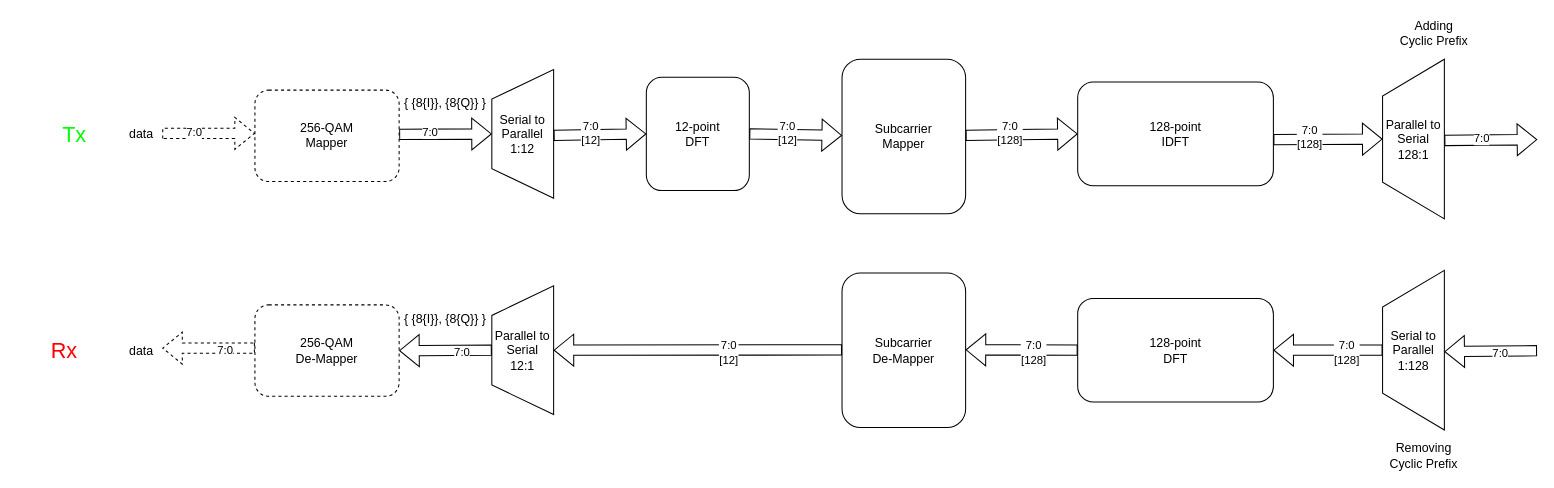
Before: page "Ideal PHY Data-Flow" (1 of 5) of frontend/docs/assets/code/5G-PHY.drawio in aravindustries/butterfold, a draw.io diagram. Source tidied: cells renumbered, new cells numbered last; positions are measured from the earlier drawing's top-left corner, leaving out a move shared by most shapes. Both pictures are drawn from the tidied source at 103%, with x=0, y=0 at pixel (18, 18).
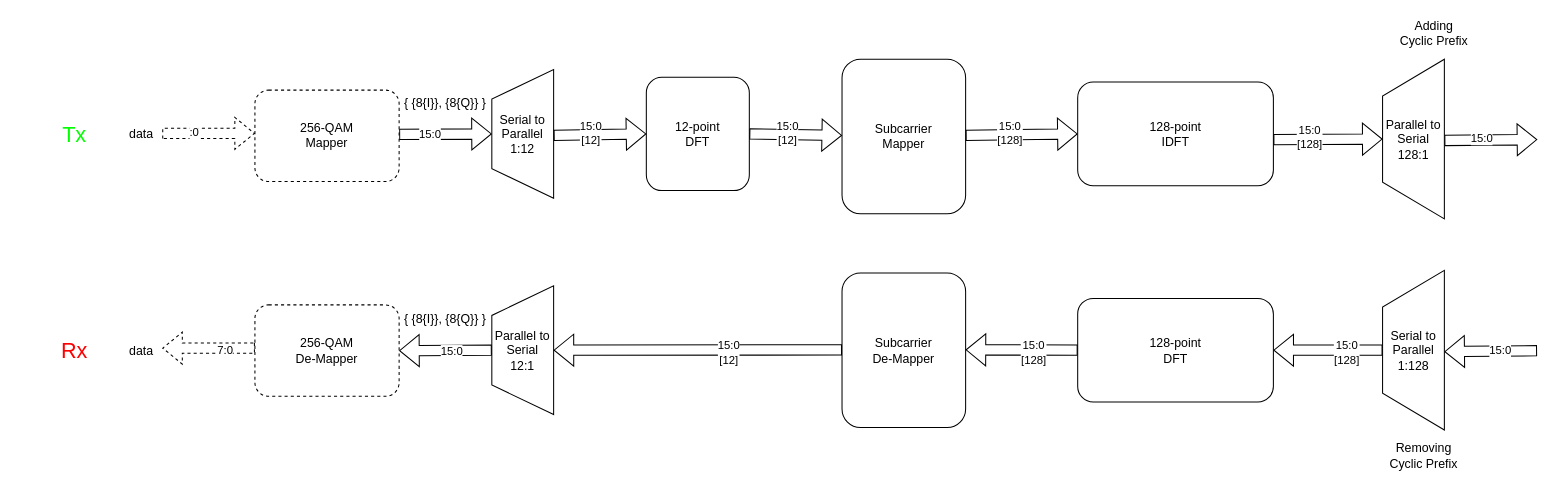
The same diagram, later.

Unchanged cells that the change refers to:
```xml
<mxCell id="3" style="shape=flexArrow;endArrow=classic;html=1;rounded=0;entryX=0.5;entryY=0;entryDx=0;entryDy=0;" parent="1" edge="1" target="2">
  <mxGeometry relative="1" as="geometry">
    <mxPoint x="370" y="113" as="sourcePoint" />
  </mxGeometry>
</mxCell>
<mxCell id="9" style="shape=flexArrow;endArrow=classic;html=1;rounded=0;entryX=0.5;entryY=0;entryDx=0;entryDy=0;dashed=1;" parent="1" edge="1">
  <mxGeometry relative="1" as="geometry">
    <mxPoint x="140" y="112" as="sourcePoint" />
    <mxPoint x="230" y="112" as="targetPoint" />
  </mxGeometry>
</mxCell>
<mxCell id="12" style="shape=flexArrow;endArrow=classic;html=1;rounded=0;exitX=1;exitY=0.5;exitDx=0;exitDy=0;" parent="1" edge="1" source="5">
  <mxGeometry relative="1" as="geometry">
    <mxPoint x="800" y="114" as="targetPoint" />
  </mxGeometry>
</mxCell>
<mxCell id="15" style="shape=flexArrow;endArrow=classic;html=1;rounded=0;exitX=0.5;exitY=1;exitDx=0;exitDy=0;entryX=0;entryY=0.5;entryDx=0;entryDy=0;" parent="1" edge="1" target="14">
  <mxGeometry relative="1" as="geometry">
    <mxPoint x="920" y="113.9" as="sourcePoint" />
  </mxGeometry>
</mxCell>
<mxCell id="17" style="shape=flexArrow;endArrow=classic;html=1;rounded=0;exitX=0.5;exitY=1;exitDx=0;exitDy=0;entryX=0;entryY=0.5;entryDx=0;entryDy=0;" parent="1" edge="1" target="5">
  <mxGeometry relative="1" as="geometry">
    <mxPoint x="520" y="113.9" as="sourcePoint" />
  </mxGeometry>
</mxCell>
<mxCell id="19" style="shape=flexArrow;endArrow=classic;html=1;rounded=0;entryX=1;entryY=0.5;entryDx=0;entryDy=0;exitX=0.5;exitY=0;exitDx=0;exitDy=0;" parent="1" edge="1" source="27" target="23">
  <mxGeometry relative="1" as="geometry" />
</mxCell>
<mxCell id="21" style="shape=flexArrow;endArrow=classic;html=1;rounded=0;exitX=0.5;exitY=1;exitDx=0;exitDy=0;entryX=0;entryY=0.5;entryDx=0;entryDy=0;" parent="1" edge="1">
  <mxGeometry relative="1" as="geometry">
    <mxPoint x="1474.8" y="323" as="sourcePoint" />
    <mxPoint x="1384.8" y="323.9" as="targetPoint" />
  </mxGeometry>
</mxCell>
<mxCell id="25" style="shape=flexArrow;endArrow=classic;html=1;rounded=0;exitX=0;exitY=0.5;exitDx=0;exitDy=0;" parent="1" edge="1" source="23">
  <mxGeometry relative="1" as="geometry">
    <mxPoint x="920" y="322.1" as="targetPoint" />
  </mxGeometry>
</mxCell>
<mxCell id="28" style="shape=flexArrow;endArrow=classic;html=1;rounded=0;exitX=0.5;exitY=1;exitDx=0;exitDy=0;entryX=0.5;entryY=1;entryDx=0;entryDy=0;" parent="1" edge="1" target="37">
  <mxGeometry relative="1" as="geometry">
    <mxPoint x="800" y="322.2" as="sourcePoint" />
  </mxGeometry>
</mxCell>
<mxCell id="31" style="shape=flexArrow;endArrow=classic;html=1;rounded=0;entryX=0.5;entryY=0;entryDx=0;entryDy=0;exitX=0.5;exitY=0;exitDx=0;exitDy=0;" parent="1" edge="1" target="35">
  <mxGeometry relative="1" as="geometry">
    <mxPoint x="1218.8" y="118" as="sourcePoint" />
  </mxGeometry>
</mxCell>
<mxCell id="33" style="shape=flexArrow;endArrow=classic;html=1;rounded=0;exitX=0.5;exitY=1;exitDx=0;exitDy=0;" parent="1" edge="1">
  <mxGeometry relative="1" as="geometry">
    <mxPoint x="1384.8" y="118.9" as="sourcePoint" />
    <mxPoint x="1475" y="118" as="targetPoint" />
  </mxGeometry>
</mxCell>
<mxCell id="38" style="shape=flexArrow;endArrow=classic;html=1;rounded=0;entryX=0.5;entryY=0;entryDx=0;entryDy=0;exitX=0.5;exitY=0;exitDx=0;exitDy=0;" parent="1" edge="1" source="37">
  <mxGeometry relative="1" as="geometry">
    <mxPoint x="370" y="323" as="targetPoint" />
  </mxGeometry>
</mxCell>
```

Diff of the diagram source:
```diff
@@
-    <mxCell id="4" value="7:0" style="edgeLabel;html=1;align=center;verticalAlign=middle;" parent="3" vertex="1">
-      <mxGeometry x="-0.34" y="2" relative="1" as="geometry" />
+    <mxCell id="4" value="15:0" style="edgeLabel;html=1;align=center;verticalAlign=middle;" parent="3" vertex="1">
+      <mxGeometry x="-0.34" y="2" relative="1" as="geometry">
+        <mxPoint y="2" as="offset" />
+      </mxGeometry>
     </mxCell>
@@
-    <mxCell id="10" value="7:0" style="edgeLabel;html=1;align=center;verticalAlign=middle;" parent="9" vertex="1">
+    <mxCell id="10" value=":0" style="edgeLabel;html=1;align=center;verticalAlign=middle;" parent="9" vertex="1">
       <mxGeometry x="-0.34" y="2" relative="1" as="geometry" />
     </mxCell>
@@
-    <mxCell id="13" value="7:0&lt;br&gt;[12]" style="edgeLabel;html=1;align=center;verticalAlign=middle;" parent="12" vertex="1">
+    <mxCell id="13" value="15:0&lt;br&gt;[12]" style="edgeLabel;html=1;align=center;verticalAlign=middle;" parent="12" vertex="1">
       <mxGeometry x="-0.21" y="2" relative="1" as="geometry" />
     </mxCell>
@@
-    <mxCell id="16" value="7:0&lt;br&gt;[128]" style="edgeLabel;html=1;align=center;verticalAlign=middle;" parent="15" vertex="1">
+    <mxCell id="16" value="15:0&lt;br&gt;[128]" style="edgeLabel;html=1;align=center;verticalAlign=middle;" parent="15" vertex="1">
       <mxGeometry x="-0.21" y="2" relative="1" as="geometry" />
     </mxCell>
@@
-    <mxCell id="18" value="7:0&lt;br&gt;[12]" style="edgeLabel;html=1;align=center;verticalAlign=middle;" parent="17" vertex="1">
+    <mxCell id="18" value="15:0&lt;br&gt;[12]" style="edgeLabel;html=1;align=center;verticalAlign=middle;" parent="17" vertex="1">
       <mxGeometry x="-0.21" y="2" relative="1" as="geometry" />
     </mxCell>
@@
-    <mxCell id="20" value="7:0&lt;div&gt;[128]&lt;/div&gt;" style="edgeLabel;html=1;align=center;verticalAlign=middle;" parent="19" vertex="1">
+    <mxCell id="20" value="15:0&lt;div&gt;[128]&lt;/div&gt;" style="edgeLabel;html=1;align=center;verticalAlign=middle;" parent="19" vertex="1">
       <mxGeometry x="-0.34" y="2" relative="1" as="geometry" />
     </mxCell>
@@
-    <mxCell id="22" value="7:0" style="edgeLabel;html=1;align=center;verticalAlign=middle;" parent="21" vertex="1">
-      <mxGeometry x="-0.21" y="2" relative="1" as="geometry" />
+    <mxCell id="22" value="15:0" style="edgeLabel;html=1;align=center;verticalAlign=middle;" parent="21" vertex="1">
+      <mxGeometry x="-0.21" y="2" relative="1" as="geometry">
+        <mxPoint y="-3" as="offset" />
+      </mxGeometry>
     </mxCell>
@@
-    <mxCell id="26" value="7:0&lt;br&gt;[128]" style="edgeLabel;html=1;align=center;verticalAlign=middle;" parent="25" vertex="1">
+    <mxCell id="26" value="15:0&lt;br&gt;[128]" style="edgeLabel;html=1;align=center;verticalAlign=middle;" parent="25" vertex="1">
       <mxGeometry x="-0.21" y="2" relative="1" as="geometry" />
     </mxCell>
@@
-    <mxCell id="29" value="7:0&lt;br&gt;[12]" style="edgeLabel;html=1;align=center;verticalAlign=middle;" parent="28" vertex="1">
+    <mxCell id="29" value="15:0&lt;br&gt;[12]" style="edgeLabel;html=1;align=center;verticalAlign=middle;" parent="28" vertex="1">
       <mxGeometry x="-0.21" y="2" relative="1" as="geometry" />
     </mxCell>
@@
-    <mxCell id="32" value="7:0&lt;div&gt;[128]&lt;/div&gt;" style="edgeLabel;html=1;align=center;verticalAlign=middle;" parent="31" vertex="1">
+    <mxCell id="32" value="15:0&lt;div&gt;[128]&lt;/div&gt;" style="edgeLabel;html=1;align=center;verticalAlign=middle;" parent="31" vertex="1">
       <mxGeometry x="-0.34" y="2" relative="1" as="geometry" />
     </mxCell>
@@
-    <mxCell id="34" value="7:0" style="edgeLabel;html=1;align=center;verticalAlign=middle;" parent="33" vertex="1">
+    <mxCell id="34" value="15:0" style="edgeLabel;html=1;align=center;verticalAlign=middle;" parent="33" vertex="1">
       <mxGeometry x="-0.21" y="2" relative="1" as="geometry" />
     </mxCell>
@@
-    <mxCell id="39" value="7:0" style="edgeLabel;html=1;align=center;verticalAlign=middle;" parent="38" vertex="1">
-      <mxGeometry x="-0.34" y="2" relative="1" as="geometry" />
+    <mxCell id="39" value="15:0" style="edgeLabel;html=1;align=center;verticalAlign=middle;" parent="38" vertex="1">
+      <mxGeometry x="-0.34" y="2" relative="1" as="geometry">
+        <mxPoint x="-10" y="-1" as="offset" />
+      </mxGeometry>
     </mxCell>
@@
     <mxCell id="46" value="&lt;font style=&quot;font-size: 21px; color: light-dark(rgb(255, 0, 0), rgb(255, 0, 0));&quot;&gt;Rx&lt;/font&gt;" style="text;html=1;whiteSpace=wrap;strokeColor=none;fillColor=none;align=center;verticalAlign=middle;rounded=0;" parent="1" vertex="1">
-      <mxGeometry y="287.5" width="90" height="70" as="geometry" />
+      <mxGeometry x="10" y="287.5" width="90" height="70" as="geometry" />
     </mxCell>
```
